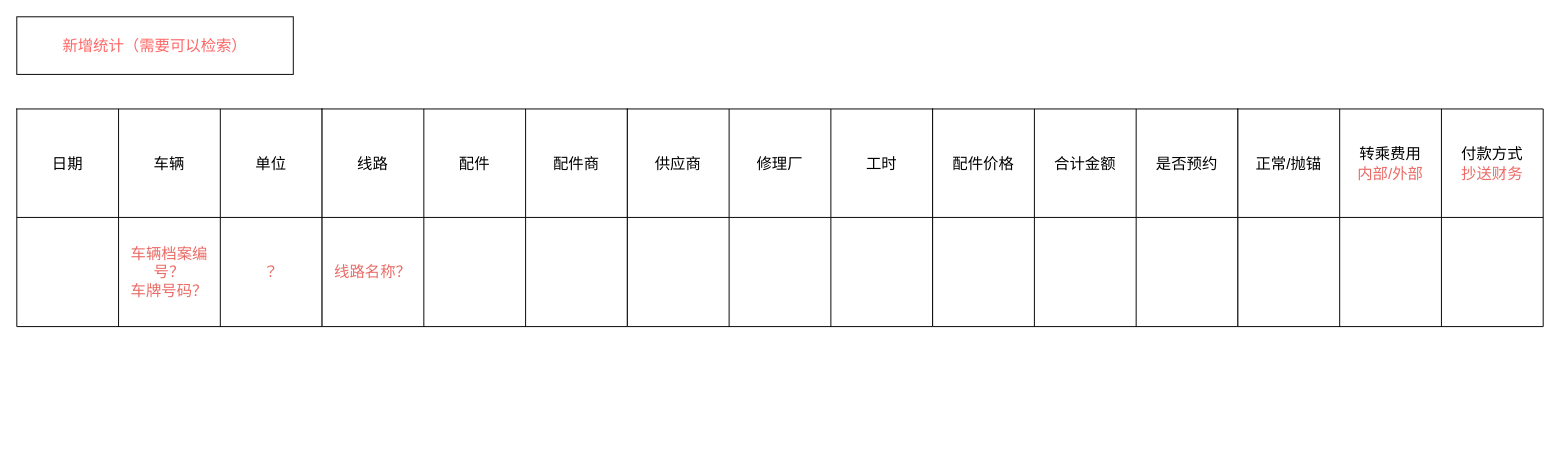
Before: page "统计" (3 of 4) of 未命名绘图.drawio in zhengyizhou/math1, a draw.io diagram. Source tidied: cells renumbered, new cells numbered last; positions are measured from the earlier drawing's top-left corner, leaving out a move shared by most shapes. Both pictures are drawn from the tidied source at 96%, with x=0, y=0 at pixel (16, 16).
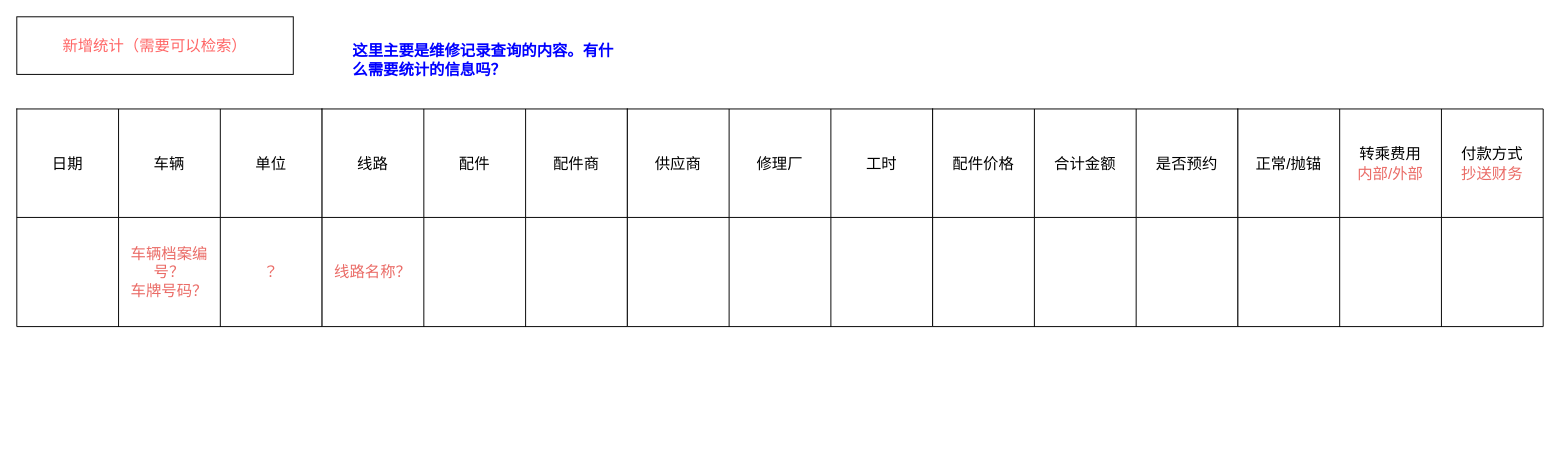
The same diagram, later.

Diff of the diagram source:
```diff
@@
+    <mxCell id="50" value="这里主要是维修记录查询的内容。有什么需要统计的信息吗？" style="text;html=1;align=left;verticalAlign=middle;whiteSpace=wrap;rounded=0;fontSize=16;fontStyle=1;fontColor=#0000FF;" parent="1" vertex="1">
+      <mxGeometry x="348" y="30" width="276" height="30" as="geometry" />
+    </mxCell>
```
